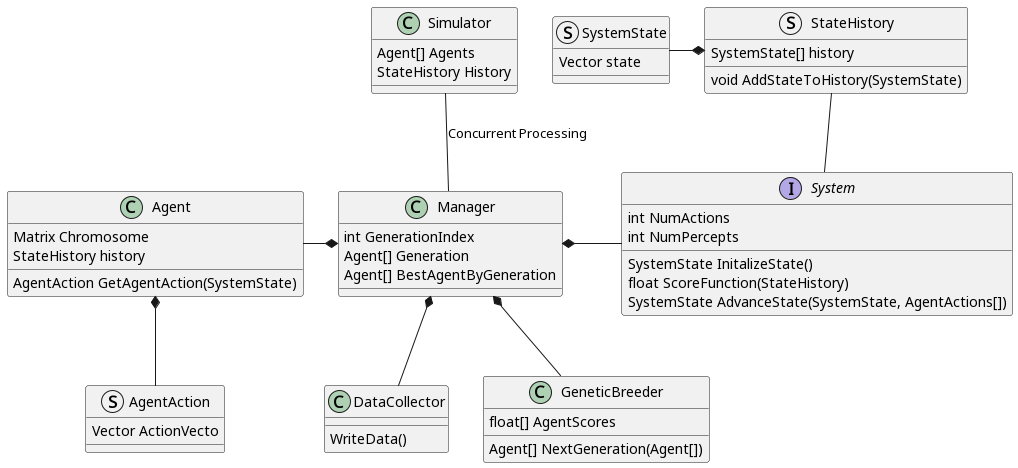
The PlantUML diagram UML/ProjectPlan.png in Otago-Computing-Students-Society/FoosballGeneticLearning, before a commit.
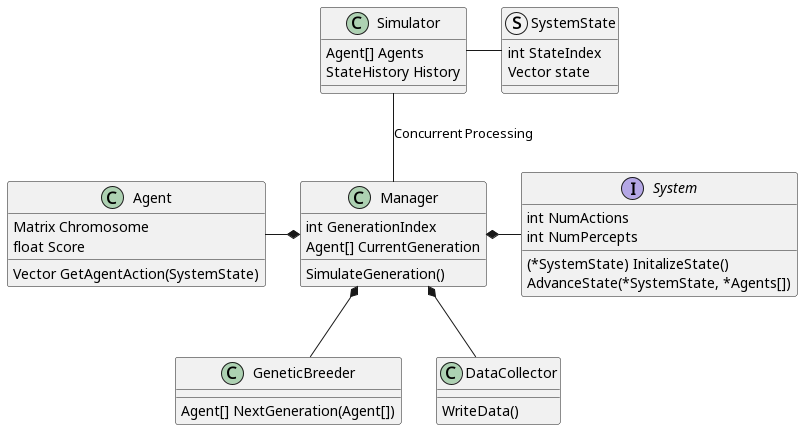
After the change.

Diff of the diagram source:
```diff
@@ -2,35 +2,26 @@
 
 Class Agent {
     Matrix Chromosome
-    StateHistory history
-    AgentAction GetAgentAction(SystemState)
-}
-
-struct AgentAction {
-    Vector ActionVecto
+    float Score
+    Vector GetAgentAction(SystemState)
 }
 
 interface System {
     int NumActions
     int NumPercepts
-    SystemState InitalizeState()
-    float ScoreFunction(StateHistory)
-    SystemState AdvanceState(SystemState, AgentActions[])
+    (*SystemState) InitalizeState()
+    AdvanceState(*SystemState, *Agents[])
 }
 
 struct SystemState {
+    int StateIndex
     Vector state
-}
-
-struct StateHistory {
-    SystemState[] history
-    void AddStateToHistory(SystemState)
 }
 
 class Manager {
     int GenerationIndex
-    Agent[] Generation
-    Agent[] BestAgentByGeneration
+    Agent[] CurrentGeneration
+    SimulateGeneration()
 }
 
 class Simulator {
@@ -39,7 +30,6 @@
 }
 
 class GeneticBreeder {
-    float[] AgentScores
     Agent[] NextGeneration(Agent[])
 }
 
@@ -52,10 +42,7 @@
 GeneticBreeder -u-* Manager
 DataCollector -u-* Manager
 
-Agent *-d- AgentAction
-
-System -u- StateHistory
-StateHistory *-l- SystemState
+Simulator -r- SystemState
 
 Simulator -d- Manager: Concurrent Processing
 
```
